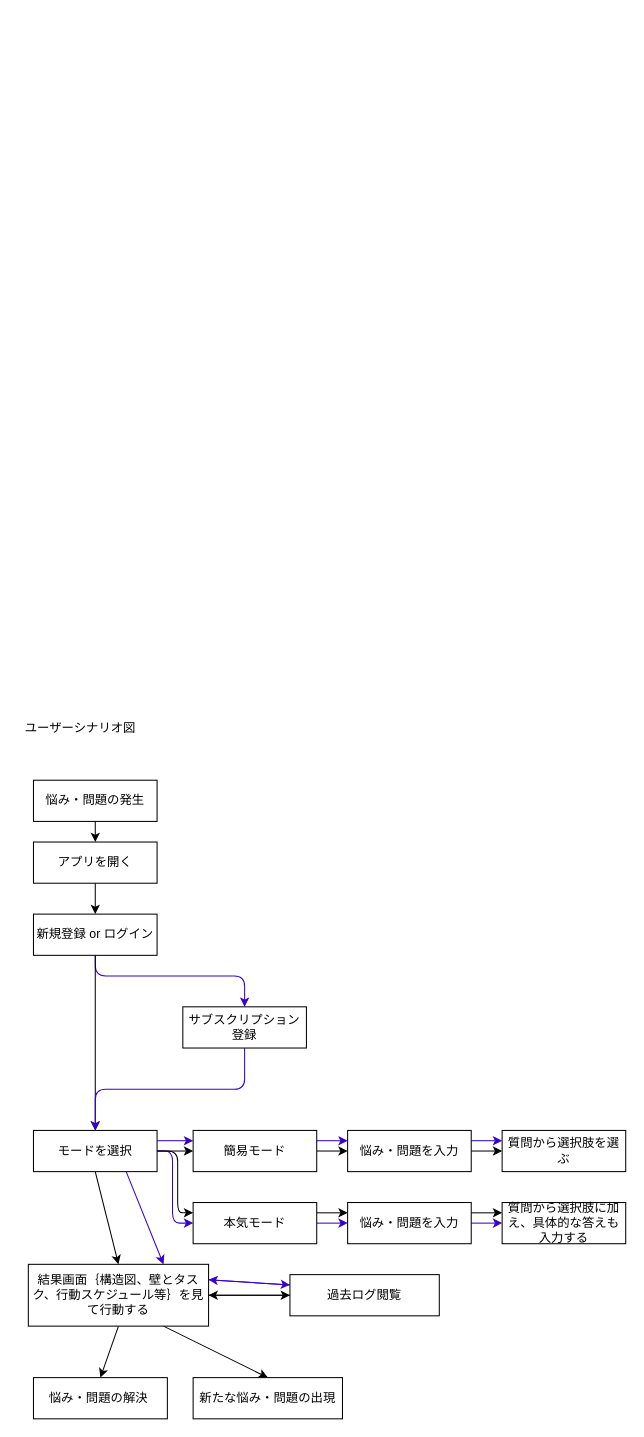
Above: page "ユーザーシナリオ図" (2 of 3) of Diagrams/RequirementsDefinitionPhase.drawio in hiroyuki00889/ALL-AIBOX (draw.io), before the change. Source tidied: cells renumbered, new cells numbered last; positions are measured from the earlier drawing's top-left corner, leaving out a move shared by most shapes. Both pictures are drawn from the tidied source at 103%, with x=0, y=0 at pixel (23, 697).
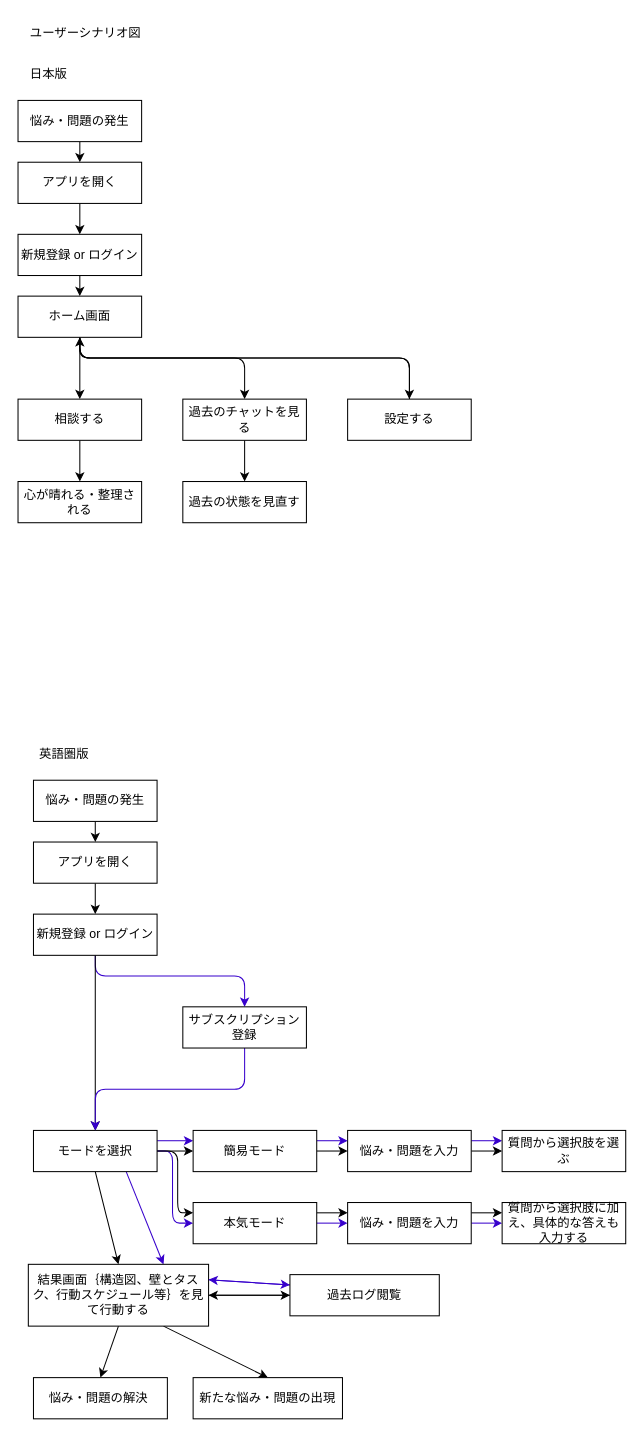
Above is the later version.

What changed in the source:
```diff
@@
     <mxCell id="2" value="ユーザーシナリオ図" style="text;html=1;strokeColor=none;fillColor=none;align=left;verticalAlign=middle;whiteSpace=wrap;rounded=0;" parent="1" vertex="1">
-      <mxGeometry width="500" height="60" as="geometry" />
+      <mxGeometry x="5" y="-660" width="130" height="30" as="geometry" />
     </mxCell>
@@
+    <mxCell id="43" style="edgeStyle=none;html=1;exitX=0.5;exitY=1;exitDx=0;exitDy=0;entryX=0.5;entryY=0;entryDx=0;entryDy=0;" parent="1" edge="1" source="44" target="46">
+      <mxGeometry relative="1" as="geometry" />
+    </mxCell>
+    <mxCell id="44" value="悩み・問題の発生" style="rounded=0;whiteSpace=wrap;html=1;" parent="1" vertex="1">
+      <mxGeometry x="-5" y="-580" width="120" height="40" as="geometry" />
+    </mxCell>
+    <mxCell id="45" style="edgeStyle=none;html=1;exitX=0.5;exitY=1;exitDx=0;exitDy=0;entryX=0.5;entryY=0;entryDx=0;entryDy=0;" parent="1" edge="1" source="46" target="48">
+      <mxGeometry relative="1" as="geometry" />
+    </mxCell>
+    <mxCell id="46" value="アプリを開く" style="rounded=0;whiteSpace=wrap;html=1;" parent="1" vertex="1">
+      <mxGeometry x="-5" y="-520" width="120" height="40" as="geometry" />
+    </mxCell>
+    <mxCell id="47" style="edgeStyle=none;html=1;exitX=0.5;exitY=1;exitDx=0;exitDy=0;entryX=0.5;entryY=0;entryDx=0;entryDy=0;" parent="1" edge="1" source="48" target="54">
+      <mxGeometry relative="1" as="geometry" />
+    </mxCell>
+    <mxCell id="48" value="新規登録 or ログイン" style="rounded=0;whiteSpace=wrap;html=1;" parent="1" vertex="1">
+      <mxGeometry x="-5" y="-450" width="120" height="40" as="geometry" />
+    </mxCell>
+    <mxCell id="49" value="英語圏版" style="text;html=1;align=center;verticalAlign=middle;whiteSpace=wrap;rounded=0;" parent="1" vertex="1">
+      <mxGeometry x="10" y="40" width="60" height="30" as="geometry" />
+    </mxCell>
+    <mxCell id="50" value="日本版" style="text;html=1;align=center;verticalAlign=middle;whiteSpace=wrap;rounded=0;" parent="1" vertex="1">
+      <mxGeometry x="-5" y="-620" width="60" height="30" as="geometry" />
+    </mxCell>
+    <mxCell id="51" style="edgeStyle=none;html=1;exitX=0.5;exitY=1;exitDx=0;exitDy=0;entryX=0.5;entryY=0;entryDx=0;entryDy=0;" parent="1" edge="1" source="54" target="60">
+      <mxGeometry relative="1" as="geometry" />
+    </mxCell>
+    <mxCell id="52" style="edgeStyle=none;html=1;exitX=0.5;exitY=1;exitDx=0;exitDy=0;entryX=0.5;entryY=0;entryDx=0;entryDy=0;" parent="1" edge="1" source="54" target="58">
+      <mxGeometry relative="1" as="geometry">
+        <Array as="points">
+          <mxPoint x="55" y="-330" />
+          <mxPoint x="215" y="-330" />
+        </Array>
+      </mxGeometry>
+    </mxCell>
+    <mxCell id="53" style="edgeStyle=none;html=1;exitX=0.5;exitY=1;exitDx=0;exitDy=0;entryX=0.5;entryY=0;entryDx=0;entryDy=0;" parent="1" edge="1" source="54" target="56">
+      <mxGeometry relative="1" as="geometry">
+        <Array as="points">
+          <mxPoint x="55" y="-330" />
+          <mxPoint x="375" y="-330" />
+        </Array>
+      </mxGeometry>
+    </mxCell>
+    <mxCell id="54" value="ホーム画面" style="rounded=0;whiteSpace=wrap;html=1;" parent="1" vertex="1">
+      <mxGeometry x="-5" y="-390" width="120" height="40" as="geometry" />
+    </mxCell>
+    <mxCell id="55" style="edgeStyle=none;html=1;exitX=0.5;exitY=0;exitDx=0;exitDy=0;entryX=0.5;entryY=1;entryDx=0;entryDy=0;" parent="1" edge="1" source="56" target="54">
+      <mxGeometry relative="1" as="geometry">
+        <Array as="points">
+          <mxPoint x="375" y="-330" />
+          <mxPoint x="55" y="-330" />
+        </Array>
+      </mxGeometry>
+    </mxCell>
+    <mxCell id="56" value="設定する" style="rounded=0;whiteSpace=wrap;html=1;" parent="1" vertex="1">
+      <mxGeometry x="315" y="-290" width="120" height="40" as="geometry" />
+    </mxCell>
+    <mxCell id="57" style="edgeStyle=none;html=1;exitX=0.5;exitY=1;exitDx=0;exitDy=0;entryX=0.5;entryY=0;entryDx=0;entryDy=0;" parent="1" edge="1" source="58" target="62">
+      <mxGeometry relative="1" as="geometry" />
+    </mxCell>
+    <mxCell id="58" value="過去のチャットを見る" style="rounded=0;whiteSpace=wrap;html=1;" parent="1" vertex="1">
+      <mxGeometry x="155" y="-290" width="120" height="40" as="geometry" />
+    </mxCell>
+    <mxCell id="59" style="edgeStyle=none;html=1;exitX=0.5;exitY=1;exitDx=0;exitDy=0;entryX=0.5;entryY=0;entryDx=0;entryDy=0;" parent="1" edge="1" source="60" target="61">
+      <mxGeometry relative="1" as="geometry" />
+    </mxCell>
+    <mxCell id="60" value="相談する" style="rounded=0;whiteSpace=wrap;html=1;" parent="1" vertex="1">
+      <mxGeometry x="-5" y="-290" width="120" height="40" as="geometry" />
+    </mxCell>
+    <mxCell id="61" value="心が晴れる・整理される" style="rounded=0;whiteSpace=wrap;html=1;" parent="1" vertex="1">
+      <mxGeometry x="-5" y="-210" width="120" height="40" as="geometry" />
+    </mxCell>
+    <mxCell id="62" value="過去の状態を見直す" style="rounded=0;whiteSpace=wrap;html=1;" parent="1" vertex="1">
+      <mxGeometry x="155" y="-210" width="120" height="40" as="geometry" />
+    </mxCell>
```
